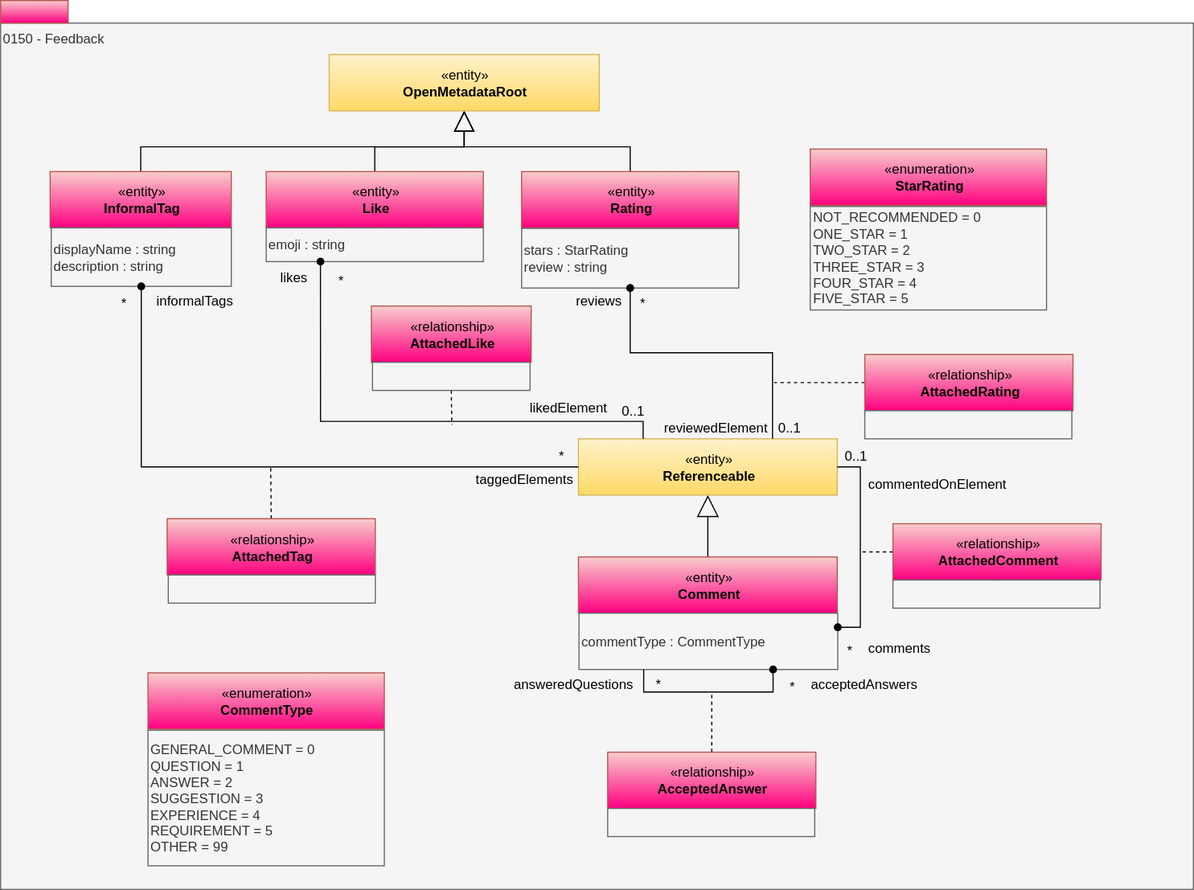
This is site/docs/types/1/0150-Feedback.svg from odpi/egeria-docs, a draw.io export, as it was before one commit. Source tidied: cells renumbered, new cells last; positions are measured from the earlier drawing's top-left corner, leaving out a move shared by most shapes.
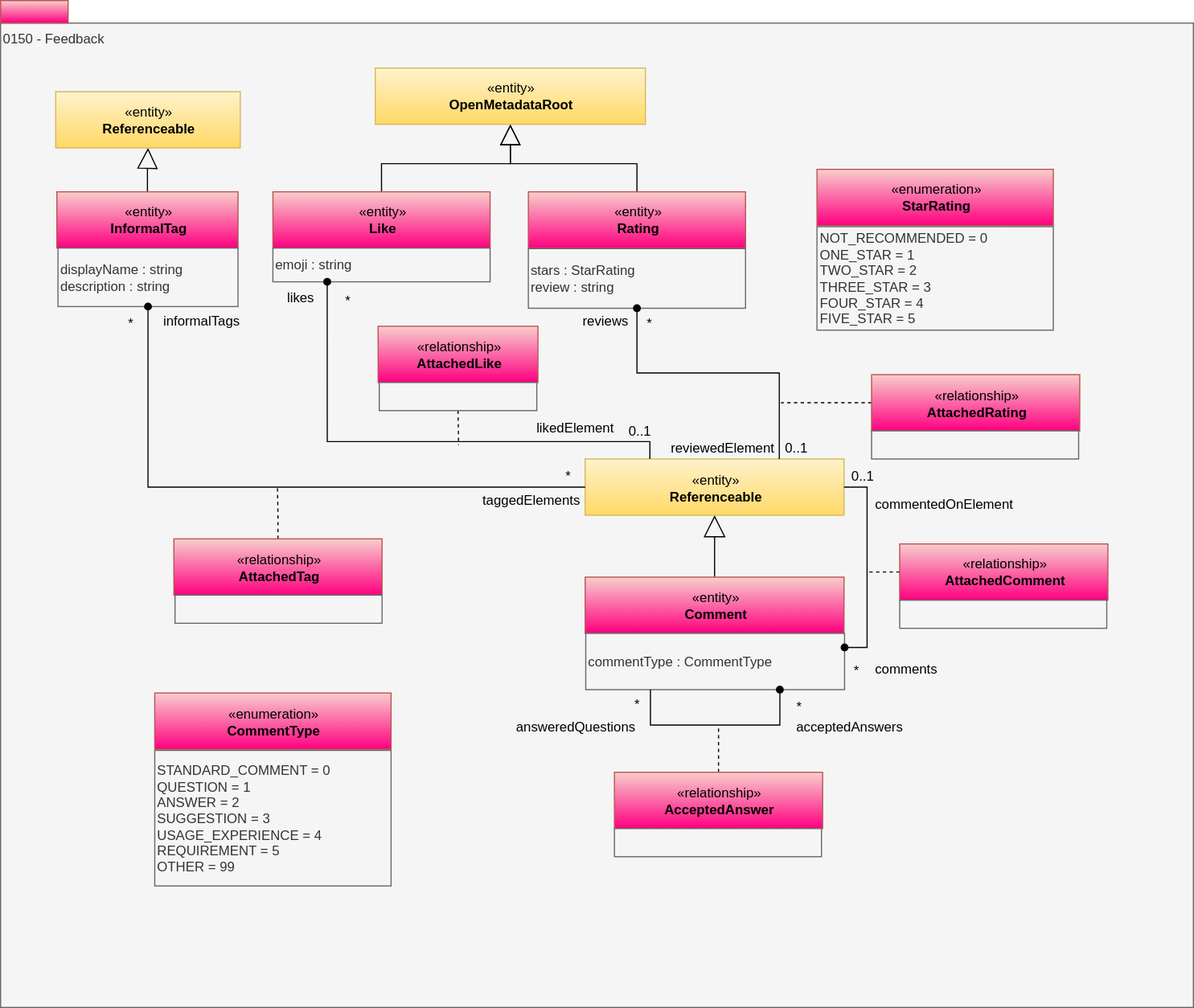
After the change.

What changed in the source:
```diff
@@ -3,7 +3,7 @@
     <mxCell id="0" />
     <mxCell id="1" parent="0" />
     <mxCell id="2" value="0150 - Feedback" style="rounded=0;whiteSpace=wrap;html=1;align=left;verticalAlign=top;fillColor=#f5f5f5;fontColor=#333333;strokeColor=#666666;" parent="1" vertex="1">
-      <mxGeometry y="20" width="1060" height="770" as="geometry" />
+      <mxGeometry x="-6" y="2" width="1060" height="875" as="geometry" />
     </mxCell>
     <mxCell id="3" style="edgeStyle=orthogonalEdgeStyle;rounded=0;jettySize=auto;html=1;exitX=0.5;exitY=0;exitDx=0;exitDy=0;endArrow=block;endFill=0;strokeWidth=1;endSize=17;" parent="1" edge="1" source="4" target="14">
       <mxGeometry relative="1" as="geometry" />
@@ -12,7 +12,7 @@
       <mxGeometry x="513.5" y="494.5" width="230" height="50" as="geometry" />
     </mxCell>
     <mxCell id="5" style="html=1;strokeColor=#b85450;align=center;fillColor=#f8cecc;gradientColor=#FF0080;" parent="1" vertex="1">
-      <mxGeometry width="60" height="20" as="geometry" />
+      <mxGeometry x="-6" y="-18" width="60" height="20" as="geometry" />
     </mxCell>
     <mxCell id="6" value="commentType : CommentType" style="rounded=0;whiteSpace=wrap;html=1;align=left;fillColor=#f5f5f5;fontColor=#333333;strokeColor=#666666;" parent="1" vertex="1">
       <mxGeometry x="514" y="544.5" width="230" height="50" as="geometry" />
@@ -55,7 +55,7 @@
     <mxCell id="18" value="«enumeration»&lt;br&gt;&lt;span&gt;&lt;b&gt;CommentType&lt;/b&gt;&lt;/span&gt;&lt;br&gt;" style="html=1;strokeColor=#b85450;align=center;fillColor=#f8cecc;gradientColor=#FF0080;" parent="1" vertex="1">
       <mxGeometry x="131" y="597.5" width="210" height="50" as="geometry" />
     </mxCell>
-    <mxCell id="19" value="&lt;div style=&quot;text-align: left&quot;&gt;GENERAL_COMMENT = 0&lt;/div&gt;&lt;div style=&quot;text-align: left&quot;&gt;QUESTION = 1&lt;/div&gt;&lt;div style=&quot;text-align: left&quot;&gt;ANSWER = 2&lt;/div&gt;&lt;div style=&quot;text-align: left&quot;&gt;SUGGESTION = 3&lt;/div&gt;&lt;div style=&quot;text-align: left&quot;&gt;&lt;span&gt;EXPERIENCE = 4&lt;/span&gt;&lt;/div&gt;&lt;div style=&quot;text-align: left&quot;&gt;&lt;span&gt;REQUIREMENT = 5&lt;/span&gt;&lt;/div&gt;&lt;div style=&quot;text-align: left&quot;&gt;&lt;span&gt;OTHER = 99&lt;/span&gt;&lt;br&gt;&lt;/div&gt;" style="rounded=0;whiteSpace=wrap;html=1;strokeColor=#666666;align=left;fillColor=#f5f5f5;fontColor=#333333;" parent="1" vertex="1">
+    <mxCell id="19" value="&lt;div style=&quot;text-align: left&quot;&gt;STANDARD_COMMENT = 0&lt;/div&gt;&lt;div style=&quot;text-align: left&quot;&gt;QUESTION = 1&lt;/div&gt;&lt;div style=&quot;text-align: left&quot;&gt;ANSWER = 2&lt;/div&gt;&lt;div style=&quot;text-align: left&quot;&gt;SUGGESTION = 3&lt;/div&gt;&lt;div style=&quot;text-align: left&quot;&gt;&lt;span&gt;USAGE_EXPERIENCE = 4&lt;/span&gt;&lt;/div&gt;&lt;div style=&quot;text-align: left&quot;&gt;&lt;span&gt;REQUIREMENT = 5&lt;/span&gt;&lt;/div&gt;&lt;div style=&quot;text-align: left&quot;&gt;&lt;span&gt;OTHER = 99&lt;/span&gt;&lt;br&gt;&lt;/div&gt;" style="rounded=0;whiteSpace=wrap;html=1;strokeColor=#666666;align=left;fillColor=#f5f5f5;fontColor=#333333;" parent="1" vertex="1">
       <mxGeometry x="131" y="648.5" width="210" height="120.5" as="geometry" />
     </mxCell>
     <mxCell id="20" value="«enumeration»&lt;br&gt;&lt;span&gt;&lt;b&gt;StarRating&lt;/b&gt;&lt;/span&gt;&lt;br&gt;" style="html=1;strokeColor=#b85450;align=center;fillColor=#f8cecc;gradientColor=#FF0080;" parent="1" vertex="1">
@@ -124,7 +124,7 @@
     <mxCell id="39" value="informalTags" style="text;html=1;align=center;verticalAlign=top;spacingTop=-4;" parent="1" vertex="1">
       <mxGeometry x="129" y="257" width="86" height="20" as="geometry" />
     </mxCell>
-    <mxCell id="40" style="edgeStyle=orthogonalEdgeStyle;rounded=0;jettySize=auto;html=1;exitX=0.5;exitY=0;exitDx=0;exitDy=0;entryX=0.5;entryY=1;entryDx=0;entryDy=0;endArrow=block;endFill=0;endSize=16;" parent="1" edge="1" source="41" target="57">
+    <mxCell id="40" style="edgeStyle=orthogonalEdgeStyle;rounded=0;jettySize=auto;html=1;exitX=0.5;exitY=0;exitDx=0;exitDy=0;endArrow=block;endFill=0;endSize=16;" parent="1" edge="1" source="41" target="62">
       <mxGeometry relative="1" as="geometry" />
     </mxCell>
     <mxCell id="41" value="«entity»&lt;br&gt;&lt;b&gt;InformalTag&lt;/b&gt;" style="html=1;strokeColor=#b85450;align=center;fillColor=#f8cecc;gradientColor=#FF0080;" parent="1" vertex="1">
@@ -152,23 +152,28 @@
       <mxGeometry x="688.5" y="369.5" width="40" height="20" as="geometry" />
     </mxCell>
     <mxCell id="49" style="edgeStyle=orthogonalEdgeStyle;rounded=0;html=1;exitX=0.25;exitY=1;entryX=0.75;entryY=1;endArrow=oval;endFill=1;jettySize=auto;orthogonalLoop=1;" parent="1" edge="1" source="6" target="6">
-      <mxGeometry relative="1" as="geometry" />
+      <mxGeometry relative="1" as="geometry">
+        <Array as="points">
+          <mxPoint x="572" y="626" />
+          <mxPoint x="687" y="626" />
+        </Array>
+      </mxGeometry>
     </mxCell>
     <mxCell id="50" value="*" style="text;html=1;align=center;verticalAlign=top;spacingTop=-4;" parent="1" vertex="1">
       <mxGeometry x="692.5" y="600" width="20" height="20" as="geometry" />
     </mxCell>
     <mxCell id="51" value="acceptedAnswers" style="text;html=1;align=left;verticalAlign=top;spacingTop=-4;" parent="1" vertex="1">
-      <mxGeometry x="718" y="598" width="110" height="20" as="geometry" />
+      <mxGeometry x="698.5" y="617.5" width="110" height="20" as="geometry" />
     </mxCell>
     <mxCell id="52" value="*" style="text;html=1;align=center;verticalAlign=top;spacingTop=-4;" parent="1" vertex="1">
-      <mxGeometry x="574" y="597.5" width="20" height="20" as="geometry" />
+      <mxGeometry x="549" y="597.5" width="20" height="20" as="geometry" />
     </mxCell>
     <mxCell id="53" value="answeredQuestions" style="text;html=1;align=left;verticalAlign=top;spacingTop=-4;" parent="1" vertex="1">
-      <mxGeometry x="453.5" y="598" width="120" height="20" as="geometry" />
+      <mxGeometry x="450" y="617.5" width="120" height="20" as="geometry" />
     </mxCell>
     <mxCell id="54" style="edgeStyle=orthogonalEdgeStyle;rounded=0;html=1;endArrow=none;endFill=0;jettySize=auto;dashed=1;" parent="1" edge="1" source="55">
       <mxGeometry relative="1" as="geometry">
-        <mxPoint x="632" y="614.5" as="targetPoint" />
+        <mxPoint x="632" y="627" as="targetPoint" />
       </mxGeometry>
     </mxCell>
     <mxCell id="55" value="«relationship»&lt;br&gt;&lt;b&gt;AcceptedAnswer&lt;/b&gt;" style="html=1;strokeColor=#b85450;align=center;fillColor=#f8cecc;gradientColor=#FF0080;" parent="1" vertex="1">
@@ -178,7 +183,7 @@
       <mxGeometry x="539.5" y="718" width="184" height="25" as="geometry" />
     </mxCell>
     <mxCell id="57" value="«entity»&lt;br&gt;&lt;b&gt;OpenMetadataRoot&lt;/b&gt;" style="html=1;strokeColor=#d6b656;align=center;fillColor=#fff2cc;gradientColor=#ffd966;" parent="1" vertex="1">
-      <mxGeometry x="292" y="48" width="240" height="50" as="geometry" />
+      <mxGeometry x="327" y="42" width="240" height="50" as="geometry" />
     </mxCell>
     <mxCell id="58" style="edgeStyle=orthogonalEdgeStyle;rounded=0;html=1;exitX=0.5;exitY=1;entryX=0;entryY=0.5;endArrow=none;endFill=0;jettySize=auto;exitDx=0;exitDy=0;startArrow=oval;startFill=1;" parent="1" edge="1" source="42" target="14">
       <mxGeometry relative="1" as="geometry" />
@@ -202,5 +207,8 @@
     <mxCell id="61" style="edgeStyle=orthogonalEdgeStyle;rounded=0;html=1;exitX=1;exitY=0.25;endArrow=none;endFill=0;jettySize=auto;entryX=1;entryY=0.5;startArrow=oval;startFill=1;" parent="1" edge="1" source="6" target="14">
       <mxGeometry relative="1" as="geometry" />
     </mxCell>
+    <mxCell id="62" value="«entity»&lt;br&gt;&lt;b&gt;Referenceable&lt;/b&gt;" style="html=1;strokeColor=#d6b656;align=center;fillColor=#fff2cc;gradientColor=#ffd966;" parent="1" vertex="1">
+      <mxGeometry x="43" y="63" width="164" height="50" as="geometry" />
+    </mxCell>
   </root>
 </mxGraphModel>
```
